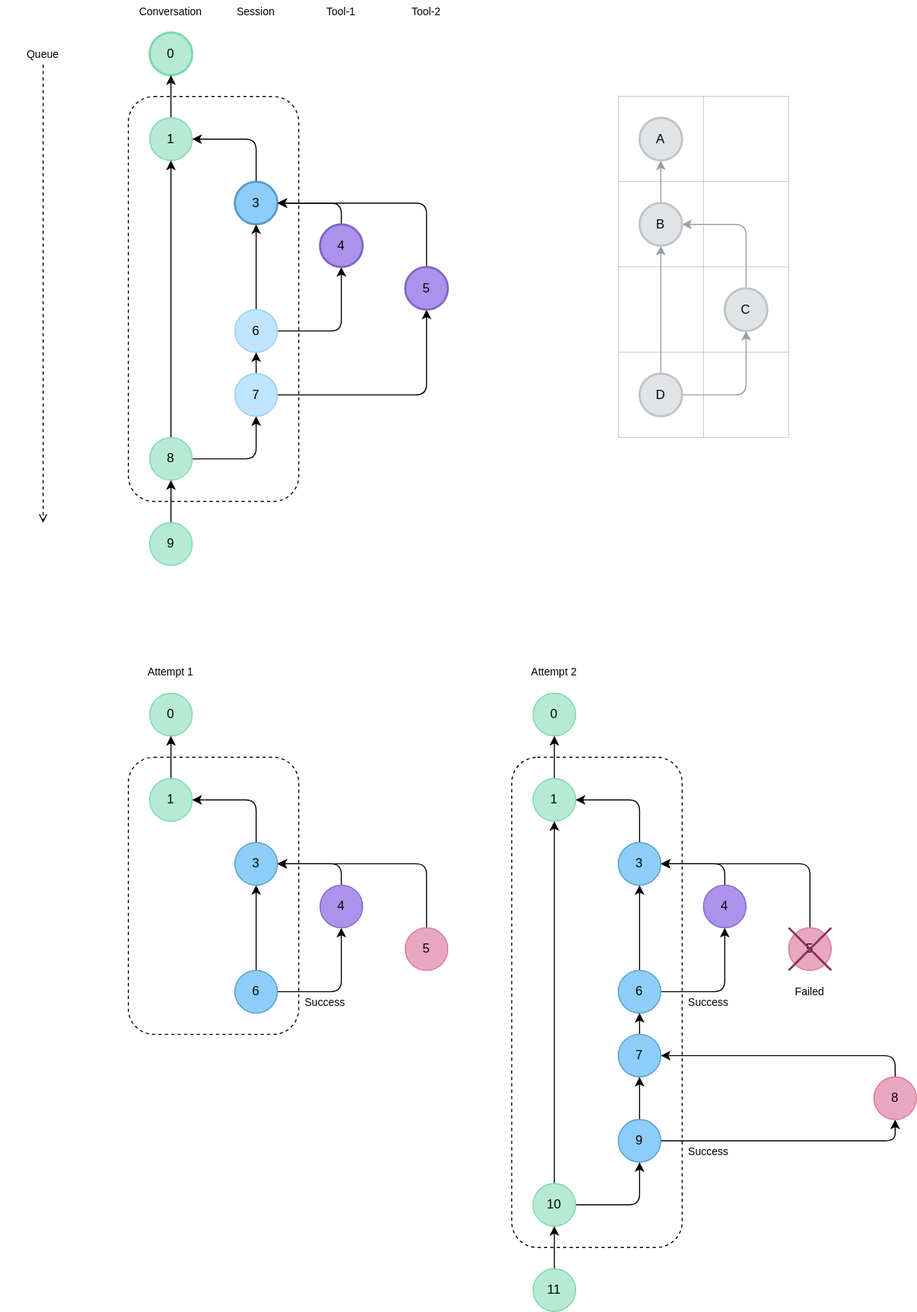
Before: packages/plugins/plugin-assistant/src/components/Timeline/git.drawio.svg, a diagram exported from draw.io (dxos/dxos). Source tidied: cells renumbered, new cells last; positions are measured from the earlier drawing's top-left corner, leaving out a move shared by most shapes.
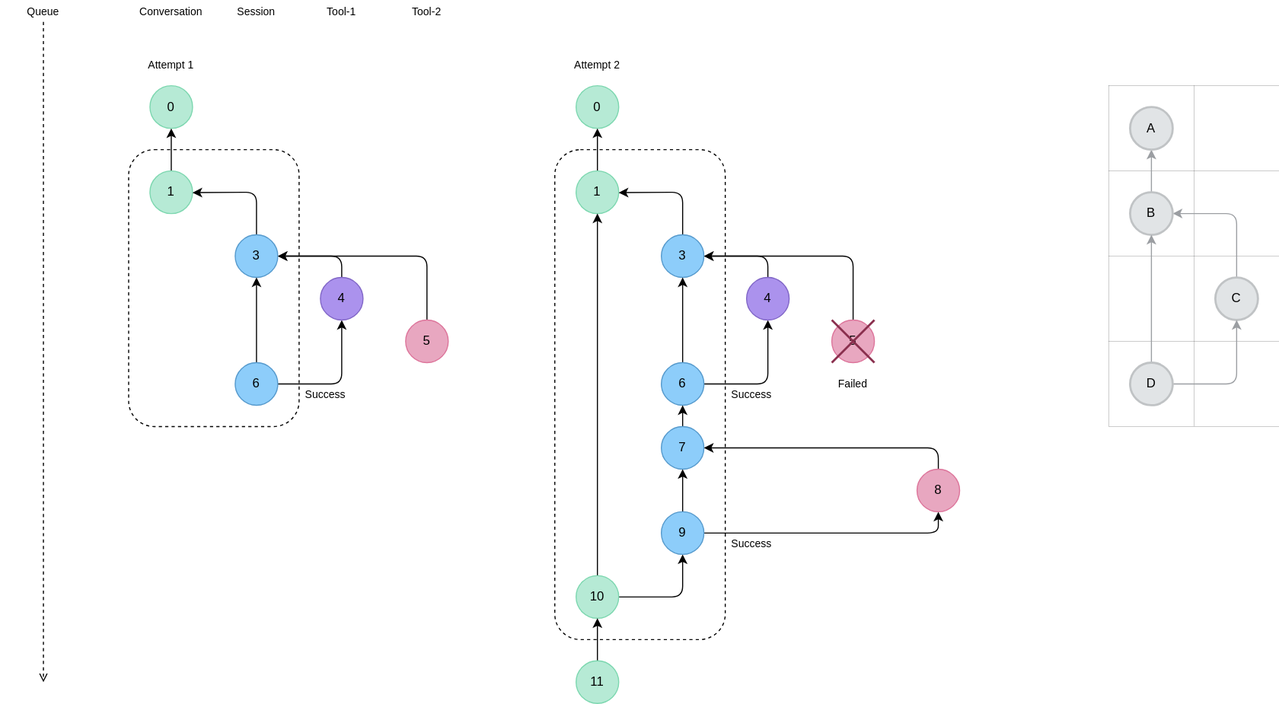
Later version of the same file.

Commit message:
feat: redesign Timeline component with new git diagram

Diff of the diagram source:
```diff
@@ -2,143 +2,62 @@
   <root>
     <mxCell id="0" />
     <mxCell id="1" parent="0" />
-    <mxCell id="2" style="rounded=1;whiteSpace=wrap;html=1;fillColor=none;dashed=1;" parent="1" vertex="1">
-      <mxGeometry x="120" y="90" width="160" height="380" as="geometry" />
-    </mxCell>
     <mxCell id="3" style="rounded=0;whiteSpace=wrap;html=1;fillColor=none;strokeWidth=0;fontColor=#FFFFFF;strokeColor=#393C3E;" parent="1" vertex="1">
-      <mxGeometry x="580" y="170" width="80" height="80" as="geometry" />
+      <mxGeometry x="1000" y="730" width="80" height="80" as="geometry" />
     </mxCell>
     <mxCell id="4" style="rounded=0;whiteSpace=wrap;html=1;fillColor=none;strokeWidth=0;fontColor=#FFFFFF;strokeColor=#393C3E;" parent="1" vertex="1">
-      <mxGeometry x="580" y="250" width="80" height="80" as="geometry" />
+      <mxGeometry x="1000" y="810" width="80" height="80" as="geometry" />
     </mxCell>
     <mxCell id="5" style="rounded=0;whiteSpace=wrap;html=1;fillColor=none;strokeWidth=0;fontColor=#FFFFFF;strokeColor=#393C3E;" parent="1" vertex="1">
-      <mxGeometry x="580" y="330" width="80" height="80" as="geometry" />
+      <mxGeometry x="1000" y="890" width="80" height="80" as="geometry" />
     </mxCell>
     <mxCell id="6" style="rounded=0;whiteSpace=wrap;html=1;fillColor=none;strokeWidth=0;fontColor=#FFFFFF;strokeColor=#393C3E;" parent="1" vertex="1">
-      <mxGeometry x="580" y="90" width="80" height="80" as="geometry" />
+      <mxGeometry x="1000" y="650" width="80" height="80" as="geometry" />
     </mxCell>
     <mxCell id="7" style="rounded=0;whiteSpace=wrap;html=1;fillColor=none;strokeWidth=0;fontColor=#FFFFFF;strokeColor=#393C3E;" parent="1" vertex="1">
-      <mxGeometry x="660" y="330" width="80" height="80" as="geometry" />
+      <mxGeometry x="1080" y="890" width="80" height="80" as="geometry" />
     </mxCell>
     <mxCell id="8" style="rounded=0;whiteSpace=wrap;html=1;fillColor=none;strokeWidth=0;fontColor=#FFFFFF;strokeColor=#393C3E;" parent="1" vertex="1">
-      <mxGeometry x="660" y="250" width="80" height="80" as="geometry" />
+      <mxGeometry x="1080" y="810" width="80" height="80" as="geometry" />
     </mxCell>
     <mxCell id="9" style="rounded=0;whiteSpace=wrap;html=1;fillColor=none;strokeWidth=0;fontColor=#FFFFFF;strokeColor=#393C3E;" parent="1" vertex="1">
-      <mxGeometry x="660" y="170" width="80" height="80" as="geometry" />
+      <mxGeometry x="1080" y="730" width="80" height="80" as="geometry" />
     </mxCell>
     <mxCell id="10" style="rounded=0;whiteSpace=wrap;html=1;fillColor=none;strokeWidth=0;fontColor=#FFFFFF;strokeColor=#393C3E;" parent="1" vertex="1">
-      <mxGeometry x="660" y="90" width="80" height="80" as="geometry" />
+      <mxGeometry x="1080" y="650" width="80" height="80" as="geometry" />
     </mxCell>
-    <mxCell id="11" value="0" style="ellipse;whiteSpace=wrap;html=1;fillColor=#B6EAD5;fontColor=#000000;strokeColor=#7CD7AF;strokeWidth=2;" parent="1" vertex="1">
-      <mxGeometry x="140" y="30" width="40" height="40" as="geometry" />
-    </mxCell>
-    <mxCell id="12" style="edgeStyle=none;html=1;exitX=0.5;exitY=0;exitDx=0;exitDy=0;fillColor=#1E1F20;strokeColor=#000000;" parent="1" edge="1" source="13" target="11">
-      <mxGeometry relative="1" as="geometry" />
-    </mxCell>
-    <mxCell id="13" value="1" style="ellipse;whiteSpace=wrap;html=1;fillColor=#B6EAD5;fontColor=#000000;strokeColor=#7CD7AF;" parent="1" vertex="1">
-      <mxGeometry x="140" y="110" width="40" height="40" as="geometry" />
-    </mxCell>
-    <mxCell id="14" style="edgeStyle=none;html=1;fillColor=#1E1F20;strokeColor=#000000;" parent="1" edge="1" source="16" target="13">
-      <mxGeometry relative="1" as="geometry" />
-    </mxCell>
-    <mxCell id="15" style="edgeStyle=none;html=1;exitX=1;exitY=0.5;exitDx=0;exitDy=0;" parent="1" edge="1" source="16" target="43">
-      <mxGeometry relative="1" as="geometry">
-        <Array as="points">
-          <mxPoint x="240" y="430" />
-        </Array>
-      </mxGeometry>
-    </mxCell>
-    <mxCell id="16" value="8" style="ellipse;whiteSpace=wrap;html=1;fillColor=#B6EAD5;fontColor=#000000;strokeColor=#7CD7AF;" parent="1" vertex="1">
-      <mxGeometry x="140" y="410" width="40" height="40" as="geometry" />
-    </mxCell>
-    <mxCell id="17" style="edgeStyle=none;html=1;exitX=0.5;exitY=0;exitDx=0;exitDy=0;fillColor=#1E1F20;strokeColor=#000000;" parent="1" edge="1" source="18" target="16">
-      <mxGeometry relative="1" as="geometry" />
-    </mxCell>
-    <mxCell id="18" value="9" style="ellipse;whiteSpace=wrap;html=1;fillColor=#B6EAD5;fontColor=#000000;strokeColor=#7CD7AF;" parent="1" vertex="1">
-      <mxGeometry x="140" y="490" width="40" height="40" as="geometry" />
-    </mxCell>
-    <mxCell id="19" style="edgeStyle=none;html=1;exitX=0.5;exitY=0;exitDx=0;exitDy=0;" parent="1" edge="1" source="20" target="13">
-      <mxGeometry relative="1" as="geometry">
-        <Array as="points">
-          <mxPoint x="240" y="130" />
-        </Array>
-      </mxGeometry>
-    </mxCell>
-    <mxCell id="20" value="3" style="ellipse;whiteSpace=wrap;html=1;fillColor=#8DCDFA;fontColor=#000000;strokeColor=#569ACD;strokeWidth=2;" parent="1" vertex="1">
-      <mxGeometry x="220" y="170" width="40" height="40" as="geometry" />
-    </mxCell>
-    <mxCell id="21" style="edgeStyle=none;html=1;exitX=0.5;exitY=0;exitDx=0;exitDy=0;fillColor=#1E1F20;strokeColor=#000000;" parent="1" edge="1" source="24" target="20">
-      <mxGeometry relative="1" as="geometry" />
-    </mxCell>
-    <mxCell id="22" style="edgeStyle=none;html=1;exitX=1;exitY=0.5;exitDx=0;exitDy=0;" parent="1" edge="1" source="24" target="26">
-      <mxGeometry relative="1" as="geometry">
-        <Array as="points">
-          <mxPoint x="320" y="310" />
-        </Array>
-      </mxGeometry>
-    </mxCell>
-    <mxCell id="23" style="edgeStyle=none;html=1;" parent="1" edge="1" source="43" target="28">
-      <mxGeometry relative="1" as="geometry">
-        <Array as="points">
-          <mxPoint x="400" y="370" />
-        </Array>
-      </mxGeometry>
-    </mxCell>
-    <mxCell id="24" value="6" style="ellipse;whiteSpace=wrap;html=1;fillColor=#C0E4FC;fontColor=#000000;strokeColor=#8DCDFA;" parent="1" vertex="1">
-      <mxGeometry x="220" y="290" width="40" height="40" as="geometry" />
-    </mxCell>
-    <mxCell id="25" style="edgeStyle=none;html=1;exitX=0.5;exitY=0;exitDx=0;exitDy=0;" parent="1" edge="1" source="26" target="20">
-      <mxGeometry relative="1" as="geometry">
-        <Array as="points">
-          <mxPoint x="320" y="190" />
-        </Array>
-      </mxGeometry>
-    </mxCell>
-    <mxCell id="26" value="4" style="ellipse;whiteSpace=wrap;html=1;fillColor=#AB92ED;fontColor=#000000;strokeColor=#8166C7;strokeWidth=2;" parent="1" vertex="1">
-      <mxGeometry x="300" y="210" width="40" height="40" as="geometry" />
-    </mxCell>
-    <mxCell id="27" style="edgeStyle=none;html=1;exitX=0.5;exitY=0;exitDx=0;exitDy=0;" parent="1" edge="1" source="28" target="20">
-      <mxGeometry relative="1" as="geometry">
-        <Array as="points">
-          <mxPoint x="400" y="190" />
-        </Array>
-      </mxGeometry>
-    </mxCell>
-    <mxCell id="28" value="5" style="ellipse;whiteSpace=wrap;html=1;fillColor=#AB92ED;fontColor=#000000;strokeColor=#8166C7;strokeWidth=2;" parent="1" vertex="1">
-      <mxGeometry x="380" y="250" width="40" height="40" as="geometry" />
-    </mxCell>
     <mxCell id="29" value="Session" style="text;html=1;align=center;verticalAlign=middle;whiteSpace=wrap;rounded=0;fontSize=10;" parent="1" vertex="1">
-      <mxGeometry x="200" width="80" height="20" as="geometry" />
+      <mxGeometry x="160" y="570" width="80" height="20" as="geometry" />
     </mxCell>
     <mxCell id="30" value="Tool-1" style="text;html=1;align=center;verticalAlign=middle;whiteSpace=wrap;rounded=0;fontSize=10;" parent="1" vertex="1">
-      <mxGeometry x="280" width="80" height="20" as="geometry" />
+      <mxGeometry x="240" y="570" width="80" height="20" as="geometry" />
     </mxCell>
     <mxCell id="31" value="Tool-2" style="text;html=1;align=center;verticalAlign=middle;whiteSpace=wrap;rounded=0;fontSize=10;" parent="1" vertex="1">
-      <mxGeometry x="360" width="80" height="20" as="geometry" />
+      <mxGeometry x="320" y="570" width="80" height="20" as="geometry" />
     </mxCell>
     <mxCell id="32" value="Conversation" style="text;html=1;align=center;verticalAlign=middle;whiteSpace=wrap;rounded=0;fontSize=10;" parent="1" vertex="1">
-      <mxGeometry x="120" width="80" height="20" as="geometry" />
+      <mxGeometry x="80" y="570" width="80" height="20" as="geometry" />
     </mxCell>
     <mxCell id="33" style="edgeStyle=none;html=1;fillColor=#C0C3C5;strokeColor=#9B9EA2;" parent="1" edge="1" source="34" target="36">
       <mxGeometry relative="1" as="geometry">
         <Array as="points">
-          <mxPoint x="700" y="210" />
+          <mxPoint x="1120" y="770" />
         </Array>
       </mxGeometry>
     </mxCell>
     <mxCell id="34" value="C" style="ellipse;whiteSpace=wrap;html=1;fillColor=#E1E4E6;fontColor=#000000;strokeColor=#C0C3C5;strokeWidth=2;" parent="1" vertex="1">
-      <mxGeometry x="680" y="270" width="40" height="40" as="geometry" />
+      <mxGeometry x="1100" y="830" width="40" height="40" as="geometry" />
     </mxCell>
     <mxCell id="35" style="edgeStyle=none;html=1;fillColor=#C0C3C5;strokeColor=#9B9EA2;" parent="1" edge="1" source="36" target="40">
       <mxGeometry relative="1" as="geometry" />
     </mxCell>
     <mxCell id="36" value="B" style="ellipse;whiteSpace=wrap;html=1;fillColor=#E1E4E6;fontColor=#000000;strokeColor=#C0C3C5;strokeWidth=2;" parent="1" vertex="1">
-      <mxGeometry x="600" y="190" width="40" height="40" as="geometry" />
+      <mxGeometry x="1020" y="750" width="40" height="40" as="geometry" />
     </mxCell>
     <mxCell id="37" style="edgeStyle=none;html=1;fillColor=#C0C3C5;strokeColor=#9B9EA2;" parent="1" edge="1" source="39" target="34">
       <mxGeometry relative="1" as="geometry">
         <Array as="points">
-          <mxPoint x="700" y="370" />
+          <mxPoint x="1120" y="930" />
         </Array>
       </mxGeometry>
     </mxCell>
@@ -146,49 +65,43 @@
       <mxGeometry relative="1" as="geometry" />
     </mxCell>
     <mxCell id="39" value="D" style="ellipse;whiteSpace=wrap;html=1;fillColor=#E1E4E6;fontColor=#000000;strokeColor=#C0C3C5;strokeWidth=2;" parent="1" vertex="1">
-      <mxGeometry x="600" y="350" width="40" height="40" as="geometry" />
+      <mxGeometry x="1020" y="910" width="40" height="40" as="geometry" />
     </mxCell>
     <mxCell id="40" value="A" style="ellipse;whiteSpace=wrap;html=1;fillColor=#E1E4E6;fontColor=#000000;strokeColor=#C0C3C5;strokeWidth=2;" parent="1" vertex="1">
-      <mxGeometry x="600" y="110" width="40" height="40" as="geometry" />
+      <mxGeometry x="1020" y="670" width="40" height="40" as="geometry" />
     </mxCell>
     <mxCell id="41" style="group;strokeWidth=0;fillColor=none;fontColor=#FFFFFF;strokeColor=#393C3E;" parent="1" vertex="1">
-      <mxGeometry x="580" y="90" width="160" height="320" as="geometry" />
+      <mxGeometry x="1000" y="650" width="160" height="320" as="geometry" />
     </mxCell>
-    <mxCell id="42" style="edgeStyle=none;html=1;exitX=0.5;exitY=0;exitDx=0;exitDy=0;" parent="1" edge="1" source="43" target="24">
-      <mxGeometry relative="1" as="geometry" />
-    </mxCell>
-    <mxCell id="43" value="7" style="ellipse;whiteSpace=wrap;html=1;fillColor=#C0E4FC;fontColor=#000000;strokeColor=#8DCDFA;" parent="1" vertex="1">
-      <mxGeometry x="220" y="350" width="40" height="40" as="geometry" />
-    </mxCell>
     <mxCell id="44" style="endArrow=open;html=1;dashed=1;endFill=0;" parent="1" edge="1" source="45">
       <mxGeometry relative="1" as="geometry">
-        <mxPoint x="40" y="490" as="targetPoint" />
+        <mxPoint y="1210" as="targetPoint" />
       </mxGeometry>
     </mxCell>
     <mxCell id="45" value="Queue" style="text;html=1;align=center;verticalAlign=middle;whiteSpace=wrap;rounded=0;fontSize=10;" parent="1" vertex="1">
-      <mxGeometry y="40" width="80" height="20" as="geometry" />
+      <mxGeometry x="-40" y="570" width="80" height="20" as="geometry" />
     </mxCell>
     <mxCell id="46" style="rounded=1;whiteSpace=wrap;html=1;fillColor=none;dashed=1;strokeWidth=1;" parent="1" vertex="1">
-      <mxGeometry x="120" y="710" width="160" height="260" as="geometry" />
+      <mxGeometry x="80" y="710" width="160" height="260" as="geometry" />
     </mxCell>
     <mxCell id="47" value="0" style="ellipse;whiteSpace=wrap;html=1;fillColor=#B6EAD5;fontColor=#000000;strokeColor=#7CD7AF;strokeWidth=1;" parent="1" vertex="1">
-      <mxGeometry x="140" y="650" width="40" height="40" as="geometry" />
+      <mxGeometry x="100" y="650" width="40" height="40" as="geometry" />
     </mxCell>
     <mxCell id="48" style="edgeStyle=none;html=1;exitX=0.5;exitY=0;exitDx=0;exitDy=0;fillColor=#1E1F20;strokeColor=#000000;strokeWidth=1;" parent="1" edge="1" source="49" target="47">
       <mxGeometry relative="1" as="geometry" />
     </mxCell>
     <mxCell id="49" value="1" style="ellipse;whiteSpace=wrap;html=1;fillColor=#B6EAD5;fontColor=#000000;strokeColor=#7CD7AF;strokeWidth=1;" parent="1" vertex="1">
-      <mxGeometry x="140" y="730" width="40" height="40" as="geometry" />
+      <mxGeometry x="100" y="730" width="40" height="40" as="geometry" />
     </mxCell>
     <mxCell id="50" style="edgeStyle=none;html=1;exitX=0.5;exitY=0;exitDx=0;exitDy=0;strokeWidth=1;" parent="1" edge="1" source="51" target="49">
       <mxGeometry relative="1" as="geometry">
         <Array as="points">
-          <mxPoint x="240" y="750" />
+          <mxPoint x="200" y="750" />
         </Array>
       </mxGeometry>
     </mxCell>
     <mxCell id="51" value="3" style="ellipse;whiteSpace=wrap;html=1;fillColor=#8DCDFA;fontColor=#000000;strokeColor=#569ACD;strokeWidth=1;" parent="1" vertex="1">
-      <mxGeometry x="220" y="790" width="40" height="40" as="geometry" />
+      <mxGeometry x="180" y="790" width="40" height="40" as="geometry" />
     </mxCell>
     <mxCell id="52" style="edgeStyle=none;html=1;exitX=0.5;exitY=0;exitDx=0;exitDy=0;fillColor=#1E1F20;strokeColor=#000000;strokeWidth=1;" parent="1" edge="1" source="54" target="51">
       <mxGeometry relative="1" as="geometry" />
@@ -196,32 +109,32 @@
     <mxCell id="53" style="edgeStyle=none;html=1;exitX=1;exitY=0.5;exitDx=0;exitDy=0;strokeWidth=1;" parent="1" edge="1" source="54" target="56">
       <mxGeometry relative="1" as="geometry">
         <Array as="points">
-          <mxPoint x="320" y="930" />
+          <mxPoint x="280" y="930" />
         </Array>
       </mxGeometry>
     </mxCell>
     <mxCell id="54" value="6" style="ellipse;whiteSpace=wrap;html=1;fillColor=#8DCDFA;fontColor=#000000;strokeColor=#569ACD;strokeWidth=1;" parent="1" vertex="1">
-      <mxGeometry x="220" y="910" width="40" height="40" as="geometry" />
+      <mxGeometry x="180" y="910" width="40" height="40" as="geometry" />
     </mxCell>
     <mxCell id="55" style="edgeStyle=none;html=1;exitX=0.5;exitY=0;exitDx=0;exitDy=0;strokeWidth=1;" parent="1" edge="1" source="56" target="51">
       <mxGeometry relative="1" as="geometry">
         <Array as="points">
-          <mxPoint x="320" y="810" />
+          <mxPoint x="280" y="810" />
         </Array>
       </mxGeometry>
     </mxCell>
     <mxCell id="56" value="4" style="ellipse;whiteSpace=wrap;html=1;fillColor=#AB92ED;fontColor=#000000;strokeColor=#8166C7;strokeWidth=1;" parent="1" vertex="1">
-      <mxGeometry x="300" y="830" width="40" height="40" as="geometry" />
+      <mxGeometry x="260" y="830" width="40" height="40" as="geometry" />
     </mxCell>
     <mxCell id="57" style="edgeStyle=none;html=1;exitX=0.5;exitY=0;exitDx=0;exitDy=0;strokeWidth=1;" parent="1" edge="1" source="58" target="51">
       <mxGeometry relative="1" as="geometry">
         <Array as="points">
-          <mxPoint x="400" y="810" />
+          <mxPoint x="360" y="810" />
         </Array>
       </mxGeometry>
     </mxCell>
     <mxCell id="58" value="5" style="ellipse;whiteSpace=wrap;html=1;fillColor=#E8A7C0;fontColor=#000000;strokeColor=#DD759B;strokeWidth=1;" parent="1" vertex="1">
-      <mxGeometry x="380" y="870" width="40" height="40" as="geometry" />
+      <mxGeometry x="340" y="870" width="40" height="40" as="geometry" />
     </mxCell>
     <mxCell id="59" style="rounded=1;whiteSpace=wrap;html=1;fillColor=none;dashed=1;strokeWidth=1;" parent="1" vertex="1">
       <mxGeometry x="480" y="710" width="160" height="460" as="geometry" />
@@ -342,7 +255,7 @@
       <mxGeometry x="500" y="1190" width="40" height="40" as="geometry" />
     </mxCell>
     <mxCell id="87" value="Attempt 1" style="text;html=1;align=center;verticalAlign=middle;whiteSpace=wrap;rounded=0;fontSize=10;strokeWidth=1;" parent="1" vertex="1">
-      <mxGeometry x="120" y="620" width="80" height="20" as="geometry" />
+      <mxGeometry x="80" y="620" width="80" height="20" as="geometry" />
     </mxCell>
     <mxCell id="88" value="Attempt 2" style="text;html=1;align=center;verticalAlign=middle;whiteSpace=wrap;rounded=0;fontSize=10;strokeWidth=1;" parent="1" vertex="1">
       <mxGeometry x="480" y="620" width="80" height="20" as="geometry" />
@@ -357,7 +270,7 @@
       <mxGeometry x="640" y="1070" width="80" height="20" as="geometry" />
     </mxCell>
     <mxCell id="92" value="Success" style="text;html=1;align=left;verticalAlign=middle;whiteSpace=wrap;rounded=0;fontSize=10;strokeWidth=1;spacingLeft=4;" parent="1" vertex="1">
-      <mxGeometry x="280" y="930" width="80" height="20" as="geometry" />
+      <mxGeometry x="240" y="930" width="80" height="20" as="geometry" />
     </mxCell>
   </root>
 </mxGraphModel>
```
